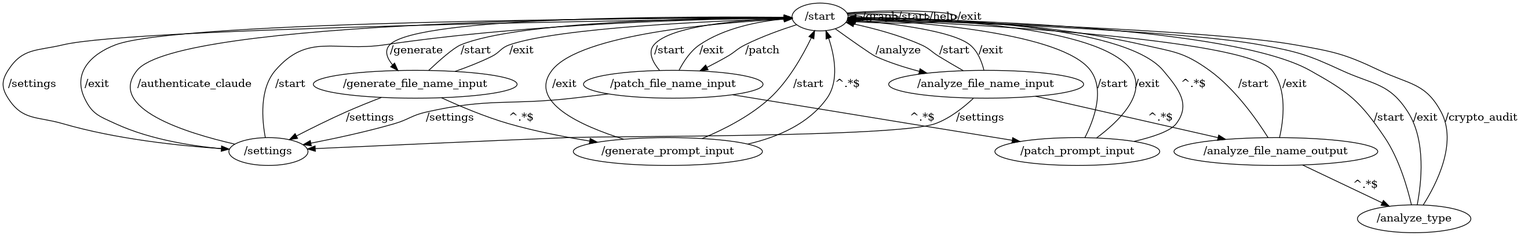
The Graphviz diagram flows/morph.png in VasyaLutiy/MorphReborn, before a commit. Its source is kept beside it as flows/morph.dot.
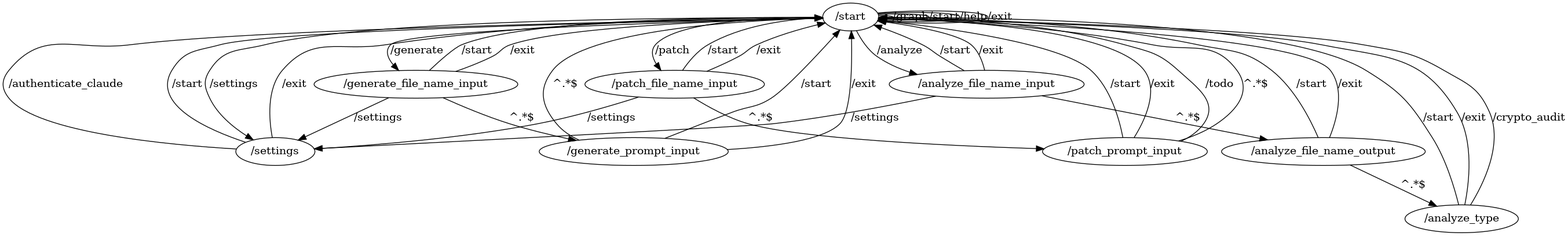
The same diagram one commit later.

Commit message:
- updated the graph document.

Diff of the diagram source:
```diff
@@ -22,6 +22,7 @@
 	"/patch_file_name_input" -> "/patch_prompt_input" [label="^.*$"]
 	"/patch_prompt_input" -> "/start" [label="/start"]
 	"/patch_prompt_input" -> "/start" [label="/exit"]
+	"/patch_prompt_input" -> "/start" [label="/todo"]
 	"/patch_prompt_input" -> "/start" [label="^.*$"]
 	"/start" -> "/analyze_file_name_input" [label="/analyze"]
 	"/analyze_file_name_input" -> "/start" [label="/start"]
```
